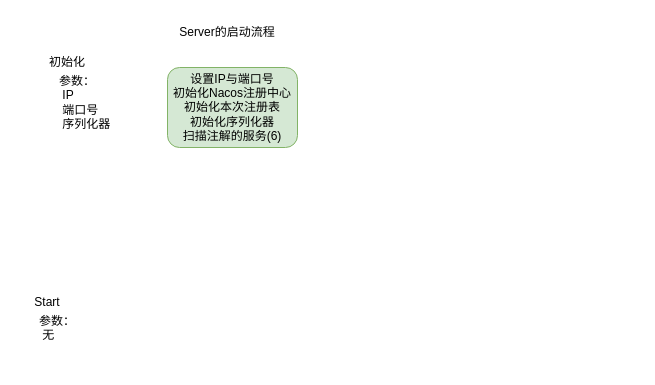
Earlier version of the draw.io diagram page "Server的启动流程" (7 of 7) of RPC.drawio (HonyoLAN/telmy). Source tidied: cells renumbered, new cells numbered last; positions are measured from the earlier drawing's top-left corner, leaving out a move shared by most shapes. Both pictures are drawn from the tidied source at 100%, with x=0, y=0 at pixel (17, 17).
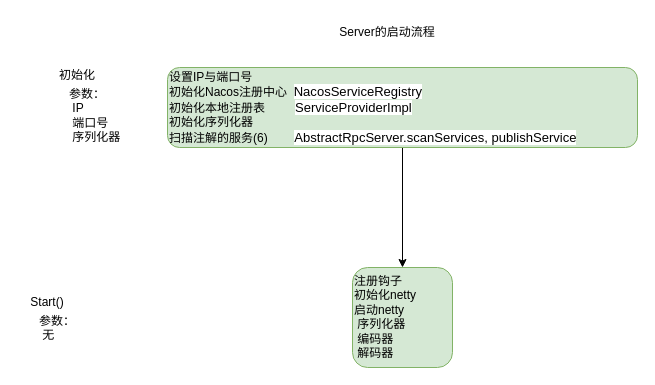
Above is the later version.

What changed in the source:
```diff
@@
 <mxGraphModel>
   <root>
     <mxCell id="0" />
     <mxCell id="1" parent="0" />
+    <mxCell id="8" style="edgeStyle=orthogonalEdgeStyle;rounded=0;jettySize=auto;html=1;exitX=0.5;exitY=1;exitDx=0;exitDy=0;" parent="1" edge="1" source="2" target="9">
+      <mxGeometry relative="1" as="geometry" />
+    </mxCell>
-    <mxCell id="2" value="设置IP与端口号&lt;br&gt;初始化Nacos注册中心&lt;br&gt;初始化本次注册表&lt;br&gt;初始化序列化器&lt;br&gt;扫描注解的服务(6)" style="rounded=1;whiteSpace=wrap;html=1;fillColor=#d5e8d4;strokeColor=#82b366;" parent="1" vertex="1">
-      <mxGeometry x="150" y="50" width="130" height="80" as="geometry" />
+    <mxCell id="2" value="设置IP与端口号&lt;br&gt;初始化Nacos注册中心&amp;nbsp; &lt;span style=&quot;background-color: rgb(255, 255, 255); font-family: &amp;quot;JetBrains Mono&amp;quot;; font-size: 9.8pt;&quot;&gt;NacosServiceRegistry&lt;/span&gt;&lt;br&gt;初始化本地注册表&amp;nbsp; &amp;nbsp; &amp;nbsp; &amp;nbsp; &amp;nbsp;&lt;span style=&quot;background-color: rgb(255, 255, 255); font-family: &amp;quot;JetBrains Mono&amp;quot;; font-size: 9.8pt;&quot;&gt;ServiceProviderImpl&lt;/span&gt;&lt;br&gt;初始化序列化器&lt;br&gt;扫描注解的服务(6)&amp;nbsp; &amp;nbsp; &amp;nbsp; &amp;nbsp; &lt;span style=&quot;background-color: rgb(255, 255, 255); font-family: &amp;quot;JetBrains Mono&amp;quot;; font-size: 9.8pt;&quot;&gt;AbstractRpcServer.&lt;/span&gt;&lt;span style=&quot;background-color: rgb(255, 255, 255); font-family: &amp;quot;JetBrains Mono&amp;quot;; font-size: 9.8pt;&quot;&gt;scanServices,&amp;nbsp;&lt;/span&gt;&lt;span style=&quot;background-color: rgb(255, 255, 255); font-family: &amp;quot;JetBrains Mono&amp;quot;; font-size: 9.8pt;&quot;&gt;publishService&lt;/span&gt;" style="rounded=1;whiteSpace=wrap;html=1;fillColor=#d5e8d4;strokeColor=#82b366;align=left;" parent="1" vertex="1">
+      <mxGeometry x="150" y="50" width="470" height="80" as="geometry" />
     </mxCell>
     <mxCell id="3" value="Server的启动流程" style="text;html=1;strokeColor=none;fillColor=none;align=center;verticalAlign=middle;whiteSpace=wrap;rounded=0;" parent="1" vertex="1">
-      <mxGeometry x="150" width="120" height="30" as="geometry" />
+      <mxGeometry x="310" width="120" height="30" as="geometry" />
     </mxCell>
     <mxCell id="4" value="初始化" style="text;html=1;strokeColor=none;fillColor=none;align=center;verticalAlign=middle;whiteSpace=wrap;rounded=0;" parent="1" vertex="1">
-      <mxGeometry x="20" y="30" width="60" height="30" as="geometry" />
+      <mxGeometry x="30" y="42.5" width="60" height="30" as="geometry" />
     </mxCell>
-    <mxCell id="5" value="Start" style="text;html=1;strokeColor=none;fillColor=none;align=center;verticalAlign=middle;whiteSpace=wrap;rounded=0;" parent="1" vertex="1">
+    <mxCell id="5" value="Start()" style="text;html=1;strokeColor=none;fillColor=none;align=center;verticalAlign=middle;whiteSpace=wrap;rounded=0;" parent="1" vertex="1">
       <mxGeometry y="270" width="60" height="30" as="geometry" />
     </mxCell>
     <mxCell id="6" value="参数：&lt;br&gt;&lt;span style=&quot;white-space: pre;&quot;&gt; &lt;/span&gt;IP&lt;br&gt;&lt;span style=&quot;white-space: pre;&quot;&gt; &lt;/span&gt;端口号&lt;br&gt;&lt;span style=&quot;white-space: pre;&quot;&gt; &lt;/span&gt;序列化器" style="text;html=1;strokeColor=none;fillColor=none;align=left;verticalAlign=top;whiteSpace=wrap;rounded=0;" parent="1" vertex="1">
-      <mxGeometry x="40" y="50" width="80" height="75" as="geometry" />
+      <mxGeometry x="50" y="62.5" width="80" height="75" as="geometry" />
     </mxCell>
     <mxCell id="7" value="参数：&lt;br&gt;&lt;span style=&quot;white-space: pre;&quot;&gt; &lt;/span&gt;无" style="text;html=1;strokeColor=none;fillColor=none;align=left;verticalAlign=top;whiteSpace=wrap;rounded=0;" parent="1" vertex="1">
       <mxGeometry x="20" y="290" width="80" height="40" as="geometry" />
     </mxCell>
+    <mxCell id="9" value="注册钩子&lt;br&gt;初始化netty&lt;br&gt;启动netty&lt;br&gt;&lt;span style=&quot;&quot;&gt; &lt;/span&gt;&lt;span style=&quot;text-align: center;&quot;&gt;&lt;span style=&quot;white-space: pre;&quot;&gt; &lt;/span&gt;序列化器&lt;br&gt;&lt;span style=&quot;white-space: pre;&quot;&gt; &lt;/span&gt;编码器&lt;br&gt;&lt;span style=&quot;white-space: pre;&quot;&gt; &lt;/span&gt;解码器&lt;br&gt;&lt;/span&gt;" style="rounded=1;whiteSpace=wrap;html=1;fillColor=#d5e8d4;strokeColor=#82b366;align=left;verticalAlign=top;" parent="1" vertex="1">
+      <mxGeometry x="335" y="250" width="100" height="100" as="geometry" />
+    </mxCell>
   </root>
 </mxGraphModel>
```
